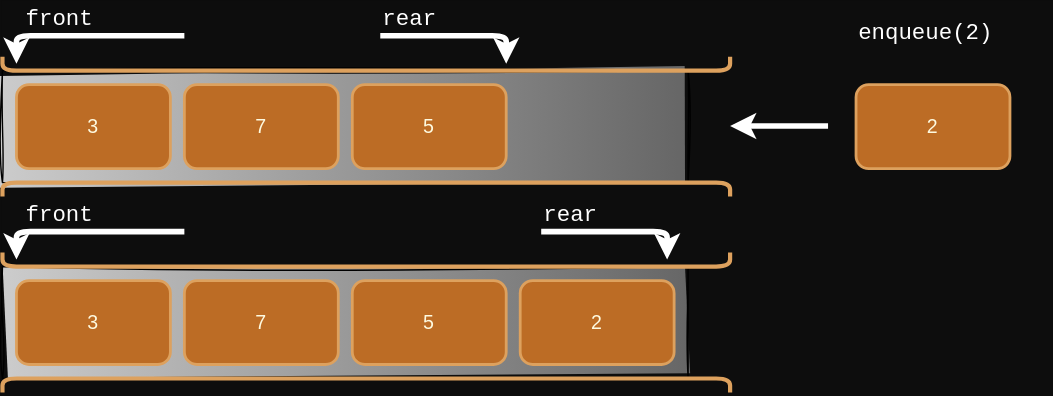
The draw.io diagram 4-Queues/images/enqueue.svg in JAC-CS-Programming-4-W24/Notes, before a commit. Source tidied: cells renumbered, new cells last; positions are measured from the earlier drawing's top-left corner, leaving out a move shared by most shapes.
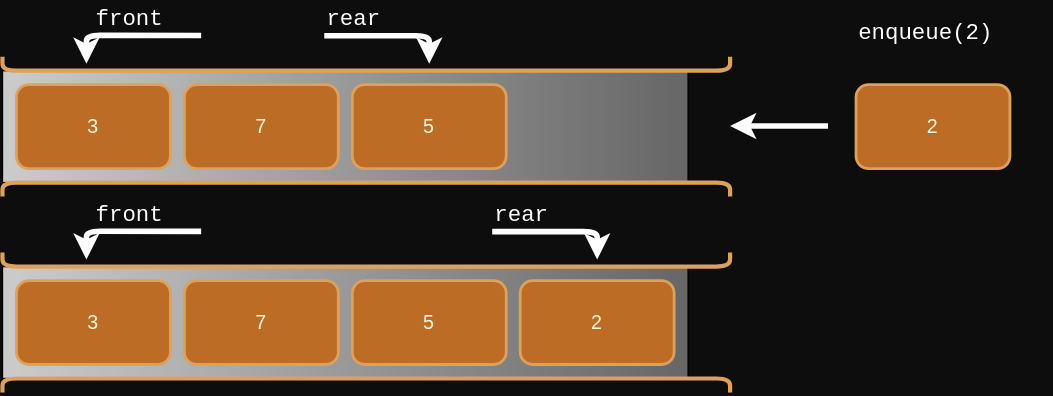
After the change.

What changed in the source:
```diff
@@ -2,10 +2,10 @@
   <root>
     <mxCell id="0" />
     <mxCell id="1" parent="0" />
-    <mxCell id="2" style="rounded=0;whiteSpace=wrap;html=1;sketch=1;hachureGap=4;jiggle=2;curveFitting=1;fontFamily=Architects Daughter;fontSource=https%3A%2F%2Ffonts.googleapis.com%2Fcss%3Ffamily%3DArchitects%2BDaughter;fontSize=20;labelBackgroundColor=none;gradientColor=#666666;gradientDirection=east;fillColor=#CCCCCC;fillOpacity=100;" parent="1" vertex="1">
+    <mxCell id="2" style="rounded=0;whiteSpace=wrap;html=1;hachureGap=4;fontFamily=Architects Daughter;fontSource=https%3A%2F%2Ffonts.googleapis.com%2Fcss%3Ffamily%3DArchitects%2BDaughter;fontSize=20;labelBackgroundColor=none;gradientColor=#666666;gradientDirection=east;fillColor=#CCCCCC;fillOpacity=100;" parent="1" vertex="1">
       <mxGeometry y="190" width="490" height="80" as="geometry" />
     </mxCell>
-    <mxCell id="3" style="rounded=0;whiteSpace=wrap;html=1;sketch=1;hachureGap=4;jiggle=2;curveFitting=1;fontFamily=Architects Daughter;fontSource=https%3A%2F%2Ffonts.googleapis.com%2Fcss%3Ffamily%3DArchitects%2BDaughter;fontSize=20;labelBackgroundColor=none;gradientColor=#666666;gradientDirection=east;fillColor=#CCCCCC;fillOpacity=100;" parent="1" vertex="1">
+    <mxCell id="3" style="rounded=0;whiteSpace=wrap;html=1;hachureGap=4;fontFamily=Architects Daughter;fontSource=https%3A%2F%2Ffonts.googleapis.com%2Fcss%3Ffamily%3DArchitects%2BDaughter;fontSize=20;labelBackgroundColor=none;gradientColor=#666666;gradientDirection=east;fillColor=#CCCCCC;fillOpacity=100;" parent="1" vertex="1">
       <mxGeometry y="50" width="490" height="80" as="geometry" />
     </mxCell>
     <mxCell id="4" style="endArrow=none;html=1;rounded=1;edgeStyle=orthogonalEdgeStyle;strokeWidth=3;labelBackgroundColor=#283618;strokeColor=#DDA15E;fontColor=#FEFAE0;" parent="1" edge="1">
@@ -114,52 +114,50 @@
       <mxGeometry x="395" y="215" width="60" height="30" as="geometry" />
     </mxCell>
     <mxCell id="26" value="&lt;font face=&quot;Courier New&quot; style=&quot;font-size: 16px;&quot;&gt;rear&lt;/font&gt;" style="text;html=1;strokeColor=none;fillColor=none;align=left;verticalAlign=middle;whiteSpace=wrap;rounded=1;fontSize=16;fontColor=#FFFFFF;" parent="1" vertex="1">
-      <mxGeometry x="270" width="140" height="25" as="geometry" />
+      <mxGeometry x="230" width="140" height="25" as="geometry" />
     </mxCell>
     <mxCell id="27" value="&lt;font face=&quot;Courier New&quot; style=&quot;font-size: 16px;&quot;&gt;front&lt;/font&gt;" style="text;html=1;strokeColor=none;fillColor=none;align=left;verticalAlign=middle;whiteSpace=wrap;rounded=1;fontSize=16;fontColor=#FFFFFF;" parent="1" vertex="1">
-      <mxGeometry x="15" width="140" height="25" as="geometry" />
+      <mxGeometry x="65" width="140" height="25" as="geometry" />
     </mxCell>
     <mxCell id="28" style="endArrow=classic;html=1;rounded=1;fontSize=14;edgeStyle=orthogonalEdgeStyle;strokeColor=#FFFFFF;strokeWidth=4;" parent="1" edge="1">
       <mxGeometry relative="1" as="geometry">
-        <mxPoint x="270" y="25" as="sourcePoint" />
-        <mxPoint x="360" y="45" as="targetPoint" />
+        <mxPoint x="230" y="25" as="sourcePoint" />
+        <mxPoint x="305" y="45" as="targetPoint" />
         <Array as="points">
-          <mxPoint x="360" y="25" />
+          <mxPoint x="305" y="25" />
         </Array>
       </mxGeometry>
     </mxCell>
-    <mxCell id="29" style="endArrow=classic;html=1;rounded=1;fontSize=14;edgeStyle=orthogonalEdgeStyle;strokeColor=#FFFFFF;strokeWidth=4;" parent="1" edge="1">
+    <mxCell id="29" style="endArrow=classic;html=1;rounded=1;fontSize=14;edgeStyle=orthogonalEdgeStyle;strokeColor=#FFFFFF;strokeWidth=4;exitX=0.55;exitY=0.993;exitDx=0;exitDy=0;exitPerimeter=0;" parent="1" edge="1" source="27">
       <mxGeometry relative="1" as="geometry">
-        <mxPoint x="130" y="25" as="sourcePoint" />
-        <mxPoint x="10" y="45" as="targetPoint" />
+        <mxPoint x="60" y="45" as="targetPoint" />
         <Array as="points">
-          <mxPoint x="10" y="25" />
+          <mxPoint x="60" y="25" />
         </Array>
       </mxGeometry>
     </mxCell>
+    <mxCell id="31" value="&lt;font face=&quot;Courier New&quot; style=&quot;font-size: 16px;&quot;&gt;front&lt;/font&gt;" style="text;html=1;strokeColor=none;fillColor=none;align=left;verticalAlign=middle;whiteSpace=wrap;rounded=1;fontSize=16;fontColor=#FFFFFF;" parent="1" vertex="1">
+      <mxGeometry x="65" y="140" width="140" height="25" as="geometry" />
+    </mxCell>
+    <mxCell id="34" style="endArrow=classic;html=1;rounded=1;fontSize=14;edgeStyle=orthogonalEdgeStyle;strokeColor=#FFFFFF;strokeWidth=4;exitX=0.55;exitY=0.993;exitDx=0;exitDy=0;exitPerimeter=0;" parent="1" edge="1" source="31">
+      <mxGeometry relative="1" as="geometry">
+        <mxPoint x="60" y="185" as="targetPoint" />
+        <Array as="points">
+          <mxPoint x="60" y="165" />
+        </Array>
+      </mxGeometry>
+    </mxCell>
     <mxCell id="30" value="&lt;font face=&quot;Courier New&quot; style=&quot;font-size: 16px;&quot;&gt;rear&lt;/font&gt;" style="text;html=1;strokeColor=none;fillColor=none;align=left;verticalAlign=middle;whiteSpace=wrap;rounded=1;fontSize=16;fontColor=#FFFFFF;" parent="1" vertex="1">
-      <mxGeometry x="385" y="140" width="140" height="25" as="geometry" />
+      <mxGeometry x="350" y="140" width="140" height="25" as="geometry" />
     </mxCell>
-    <mxCell id="31" value="&lt;font face=&quot;Courier New&quot; style=&quot;font-size: 16px;&quot;&gt;front&lt;/font&gt;" style="text;html=1;strokeColor=none;fillColor=none;align=left;verticalAlign=middle;whiteSpace=wrap;rounded=1;fontSize=16;fontColor=#FFFFFF;" parent="1" vertex="1">
-      <mxGeometry x="15" y="140" width="140" height="25" as="geometry" />
-    </mxCell>
-    <mxCell id="32" style="endArrow=classic;html=1;rounded=1;fontSize=14;edgeStyle=orthogonalEdgeStyle;strokeColor=#FFFFFF;strokeWidth=4;" parent="1" edge="1">
-      <mxGeometry relative="1" as="geometry">
-        <mxPoint x="385" y="165" as="sourcePoint" />
-        <mxPoint x="475" y="185" as="targetPoint" />
-        <Array as="points">
-          <mxPoint x="475" y="165" />
-        </Array>
-      </mxGeometry>
-    </mxCell>
-    <mxCell id="33" style="endArrow=classic;html=1;rounded=1;fontSize=14;edgeStyle=orthogonalEdgeStyle;strokeColor=#FFFFFF;strokeWidth=4;" parent="1" edge="1">
-      <mxGeometry relative="1" as="geometry">
-        <mxPoint x="130" y="165" as="sourcePoint" />
-        <mxPoint x="10" y="185" as="targetPoint" />
-        <Array as="points">
-          <mxPoint x="10" y="165" />
-        </Array>
-      </mxGeometry>
-    </mxCell>
+    <mxCell id="35" style="endArrow=classic;html=1;rounded=1;fontSize=14;edgeStyle=orthogonalEdgeStyle;strokeColor=#FFFFFF;strokeWidth=4;" parent="1" edge="1">
+      <mxGeometry relative="1" as="geometry">
+        <mxPoint x="350" y="165" as="sourcePoint" />
+        <mxPoint x="425" y="185" as="targetPoint" />
+        <Array as="points">
+          <mxPoint x="425" y="165" />
+        </Array>
+      </mxGeometry>
+    </mxCell>
   </root>
 </mxGraphModel>
```
